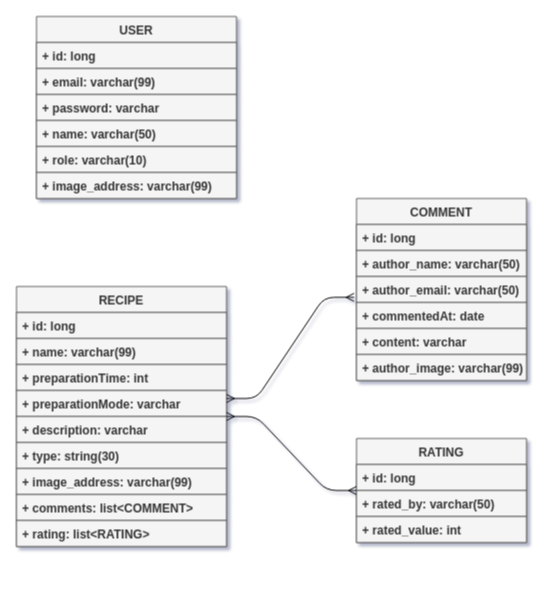
Benilsn/Veggie keeps this draw.io diagram as src/main/resources/der.drawio. Above is the earlier version. Source tidied: cells renumbered, new cells numbered last; positions are measured from the earlier drawing's top-left corner, leaving out a move shared by most shapes. Both pictures are drawn from the tidied source at 100%, with x=0, y=0 at pixel (16, 16).
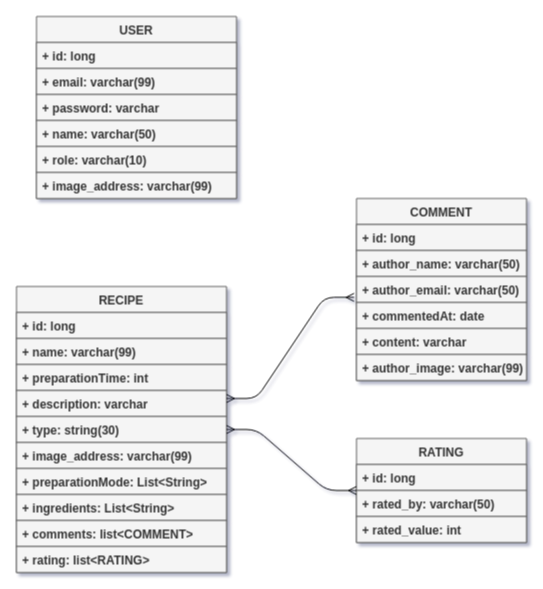
The same page after the edit.

Commit message (it also covers changes not shown here):
Alteração der, ingredients e prep mode

What changed in the source:
```diff
@@
     <mxCell id="9" value="RECIPE" style="swimlane;fontStyle=1;horizontal=1;startSize=26;fillColor=#f5f5f5;strokeColor=#666666;fontColor=#333333;verticalAlign=middle;" parent="1" vertex="1">
-      <mxGeometry y="270" width="210" height="260" as="geometry" />
+      <mxGeometry y="270" width="210" height="286" as="geometry" />
     </mxCell>
@@
-    <mxCell id="13" value="+ preparationMode: varchar" style="text;strokeColor=#666666;fillColor=#f5f5f5;align=left;verticalAlign=middle;spacingLeft=4;spacingRight=4;overflow=hidden;fontColor=#333333;fontStyle=1;" parent="9" vertex="1">
-      <mxGeometry y="104" width="210" height="26" as="geometry" />
-    </mxCell>
     <mxCell id="14" value="+ description: varchar" style="text;strokeColor=#666666;fillColor=#f5f5f5;align=left;verticalAlign=middle;spacingLeft=4;spacingRight=4;overflow=hidden;fontColor=#333333;fontStyle=1;" parent="9" vertex="1">
-      <mxGeometry y="130" width="210" height="26" as="geometry" />
+      <mxGeometry y="104" width="210" height="26" as="geometry" />
     </mxCell>
     <mxCell id="15" value="+ type: string(30)" style="text;strokeColor=#666666;fillColor=#f5f5f5;align=left;verticalAlign=middle;spacingLeft=4;spacingRight=4;overflow=hidden;fontColor=#333333;fontStyle=1;" parent="9" vertex="1">
-      <mxGeometry y="156" width="210" height="26" as="geometry" />
+      <mxGeometry y="130" width="210" height="26" as="geometry" />
     </mxCell>
     <mxCell id="16" value="+ image_address: varchar(99)" style="text;strokeColor=#666666;fillColor=#f5f5f5;align=left;verticalAlign=middle;spacingLeft=4;spacingRight=4;overflow=hidden;fontColor=#333333;fontStyle=1;" parent="9" vertex="1">
-      <mxGeometry y="182" width="210" height="26" as="geometry" />
+      <mxGeometry y="156" width="210" height="26" as="geometry" />
     </mxCell>
+    <mxCell id="13" value="+ preparationMode: List&lt;String&gt;" style="text;strokeColor=#666666;fillColor=#f5f5f5;align=left;verticalAlign=middle;spacingLeft=4;spacingRight=4;overflow=hidden;fontColor=#333333;fontStyle=1;" parent="9" vertex="1">
+      <mxGeometry y="182" width="210" height="26" as="geometry" />
+    </mxCell>
+    <mxCell id="32" value="+ ingredients: List&lt;String&gt;" style="text;strokeColor=#666666;fillColor=#f5f5f5;align=left;verticalAlign=middle;spacingLeft=4;spacingRight=4;overflow=hidden;fontColor=#333333;fontStyle=1;" parent="9" vertex="1">
+      <mxGeometry y="208" width="210" height="26" as="geometry" />
+    </mxCell>
     <mxCell id="17" value="+ comments: list&lt;COMMENT&gt;" style="text;strokeColor=#666666;fillColor=#f5f5f5;align=left;verticalAlign=middle;spacingLeft=4;spacingRight=4;overflow=hidden;fontColor=#333333;fontStyle=1;" parent="9" vertex="1">
-      <mxGeometry y="208" width="210" height="26" as="geometry" />
+      <mxGeometry y="234" width="210" height="26" as="geometry" />
     </mxCell>
     <mxCell id="18" value="+ rating: list&lt;RATING&gt;" style="text;strokeColor=#666666;fillColor=#f5f5f5;align=left;verticalAlign=middle;spacingLeft=4;spacingRight=4;overflow=hidden;fontColor=#333333;fontStyle=1;" parent="9" vertex="1">
-      <mxGeometry y="234" width="210" height="26" as="geometry" />
+      <mxGeometry y="260" width="210" height="26" as="geometry" />
     </mxCell>
```
